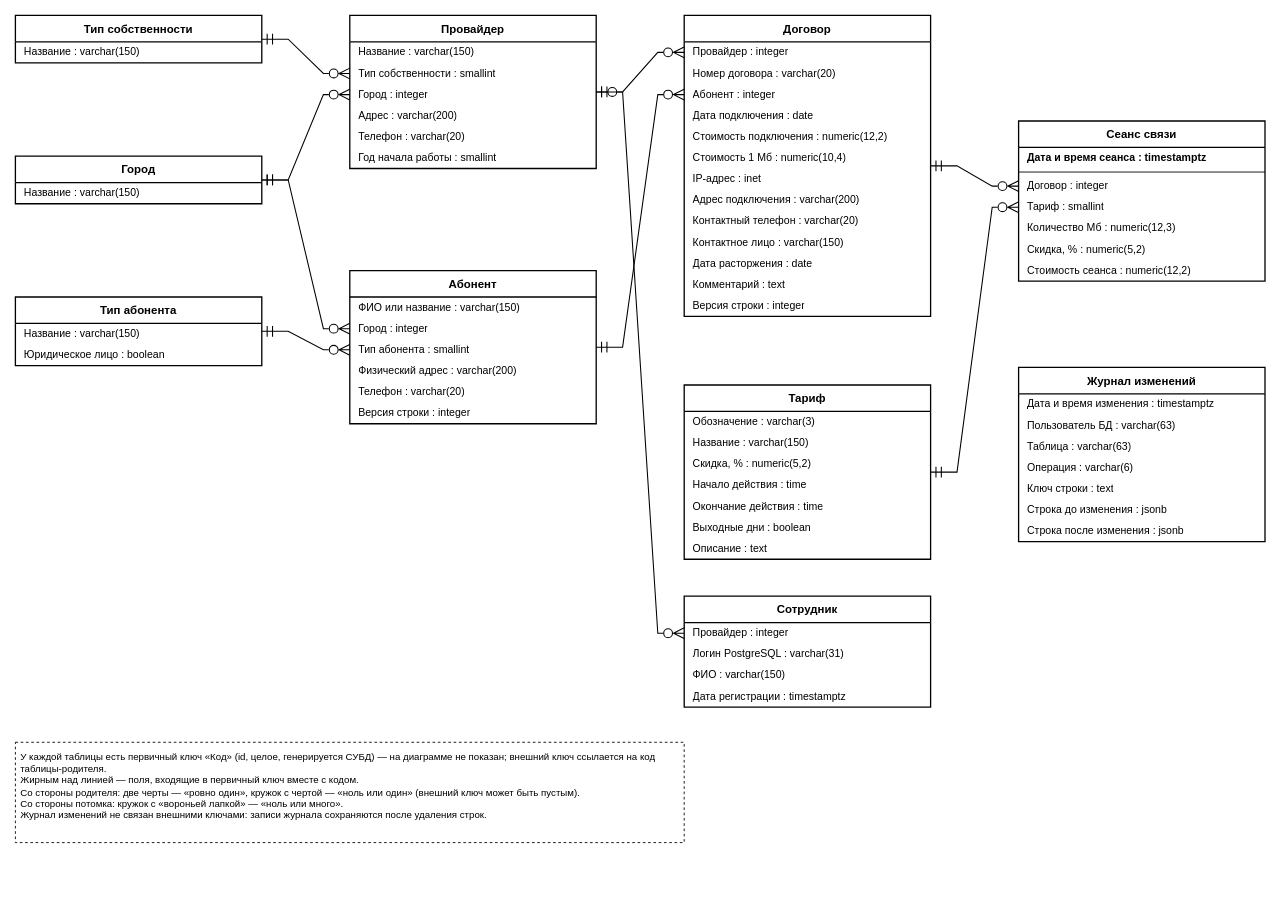
DrKYST/superbd keeps this draw.io diagram as docs/diagrams/er_logical.drawio. Above is the earlier version. Source tidied: cells renumbered, new cells numbered last; positions are measured from the earlier drawing's top-left corner, leaving out a move shared by most shapes. Both pictures are drawn from the tidied source at 88%, with x=0, y=0 at pixel (15, 15).
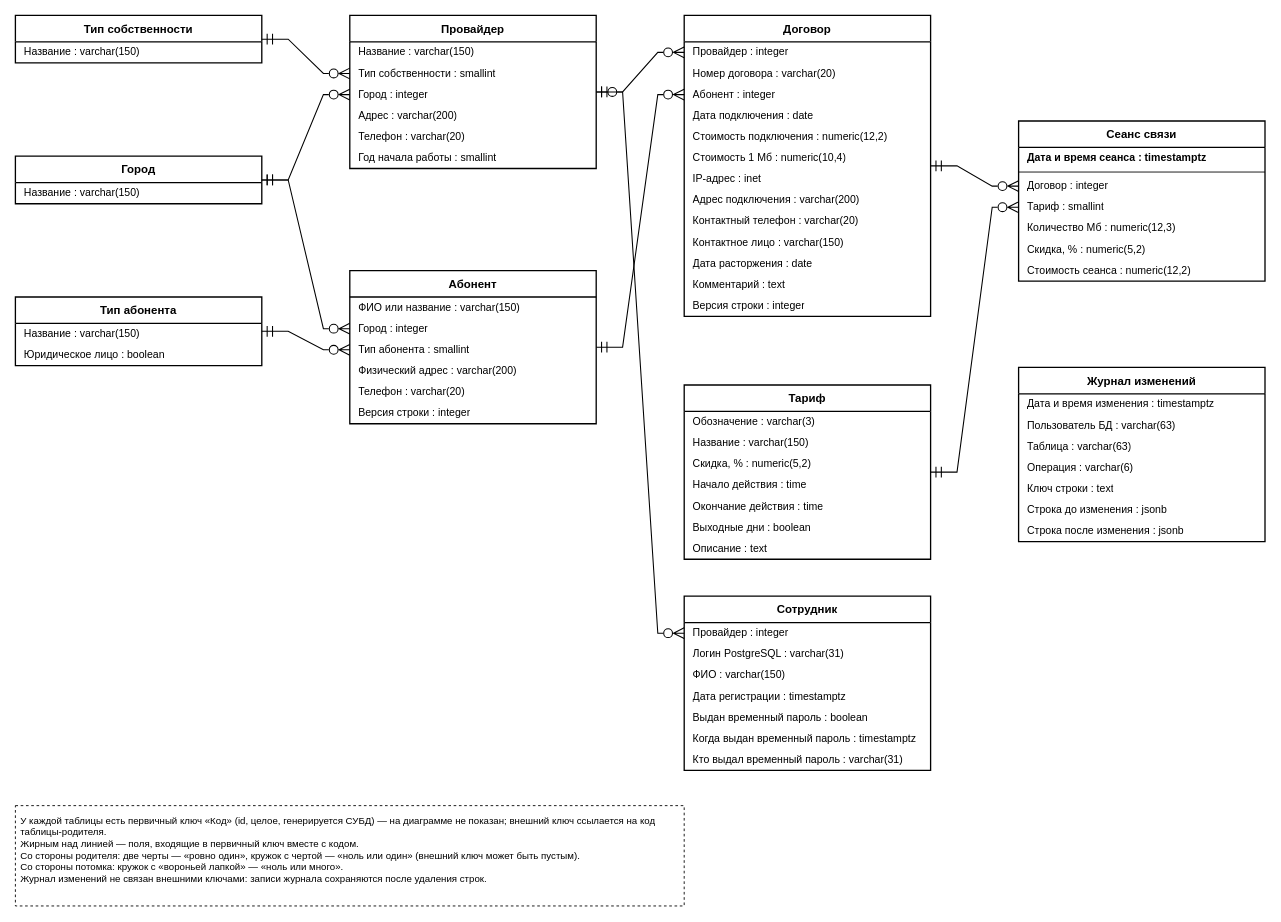
The same page after the edit.

Diff of the diagram source:
```diff
@@
     <mxCell id="53" value="Сотрудник" style="swimlane;html=1;fontStyle=1;fontSize=13;horizontal=1;startSize=30;whiteSpace=wrap;swimlaneLine=1;fillColor=#FFFFFF;swimlaneFillColor=#FFFFFF;strokeColor=#000000;strokeWidth=1.5;fontFamily=Arial;fontColor=#000000;" parent="1" vertex="1">
-      <mxGeometry x="760" y="660" width="280" height="126" as="geometry" />
+      <mxGeometry x="760" y="660" width="280" height="198" as="geometry" />
     </mxCell>
@@
+    <mxCell id="76" value="Выдан временный пароль : boolean" style="text;html=1;strokeColor=none;fillColor=none;align=left;verticalAlign=middle;spacingLeft=8;spacingRight=4;overflow=hidden;whiteSpace=wrap;fontSize=12;fontStyle=0;fontFamily=Arial;fontColor=#000000;" parent="53" vertex="1">
+      <mxGeometry y="126" width="280" height="24" as="geometry" />
+    </mxCell>
+    <mxCell id="77" value="Когда выдан временный пароль : timestamptz" style="text;html=1;strokeColor=none;fillColor=none;align=left;verticalAlign=middle;spacingLeft=8;spacingRight=4;overflow=hidden;whiteSpace=wrap;fontSize=12;fontStyle=0;fontFamily=Arial;fontColor=#000000;" parent="53" vertex="1">
+      <mxGeometry y="150" width="280" height="24" as="geometry" />
+    </mxCell>
+    <mxCell id="78" value="Кто выдал временный пароль : varchar(31)" style="text;html=1;strokeColor=none;fillColor=none;align=left;verticalAlign=middle;spacingLeft=8;spacingRight=4;overflow=hidden;whiteSpace=wrap;fontSize=12;fontStyle=0;fontFamily=Arial;fontColor=#000000;" parent="53" vertex="1">
+      <mxGeometry y="174" width="280" height="24" as="geometry" />
+    </mxCell>
@@
     <mxCell id="75" value="У каждой таблицы есть первичный ключ «Код» (id, целое, генерируется СУБД) — на диаграмме не показан; внешний ключ ссылается на код таблицы-родителя.&lt;br&gt;Жирным над линией — поля, входящие в первичный ключ вместе с кодом.&lt;br&gt;Со стороны родителя: две черты — «ровно один», кружок с чертой — «ноль или один» (внешний ключ может быть пустым).&lt;br&gt;Со стороны потомка: кружок с «вороньей лапкой» — «ноль или много».&lt;br&gt;Журнал изменений не связан внешними ключами: записи журнала сохраняются после удаления строк." style="text;html=1;align=left;verticalAlign=top;whiteSpace=wrap;fontSize=11;strokeColor=#000000;dashed=1;fillColor=#FFFFFF;spacing=6;fontFamily=Arial;fontColor=#000000;" parent="1" vertex="1">
-      <mxGeometry y="826" width="760" height="114" as="geometry" />
+      <mxGeometry y="898" width="760" height="114" as="geometry" />
     </mxCell>
```
